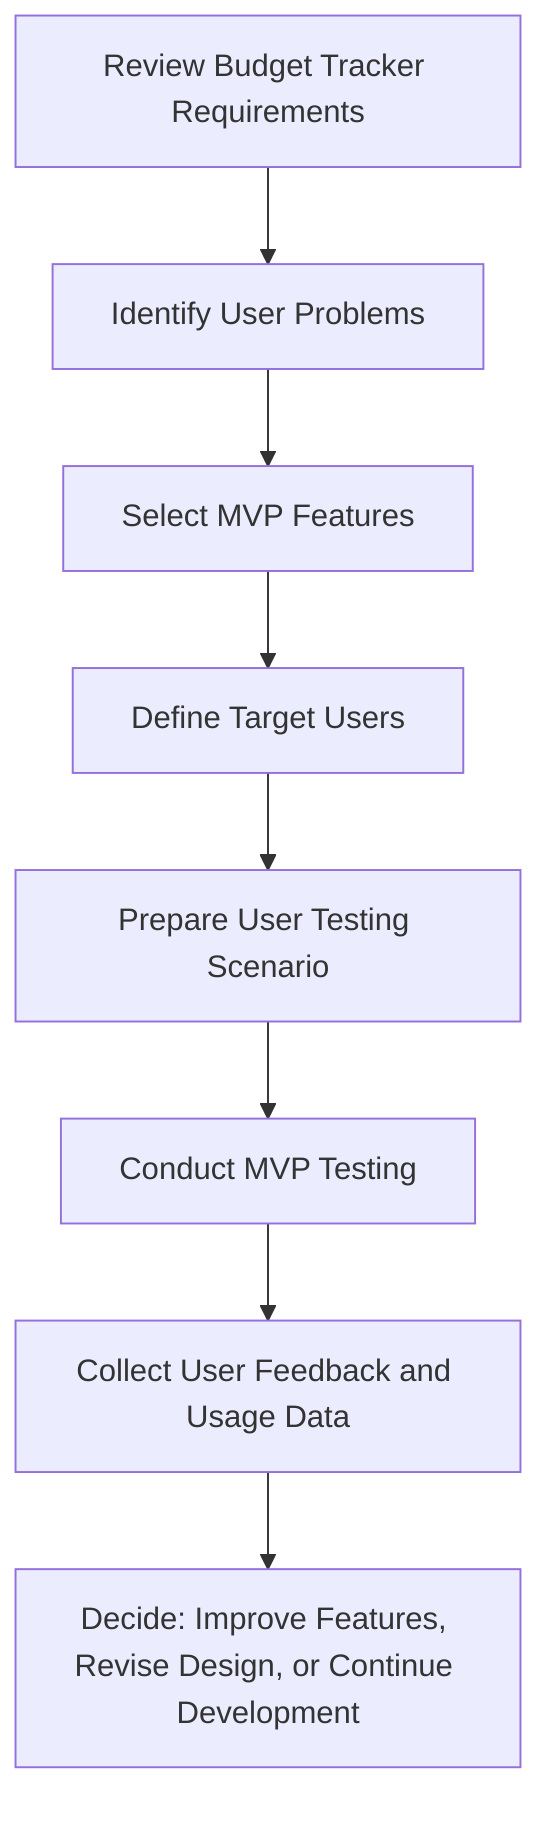
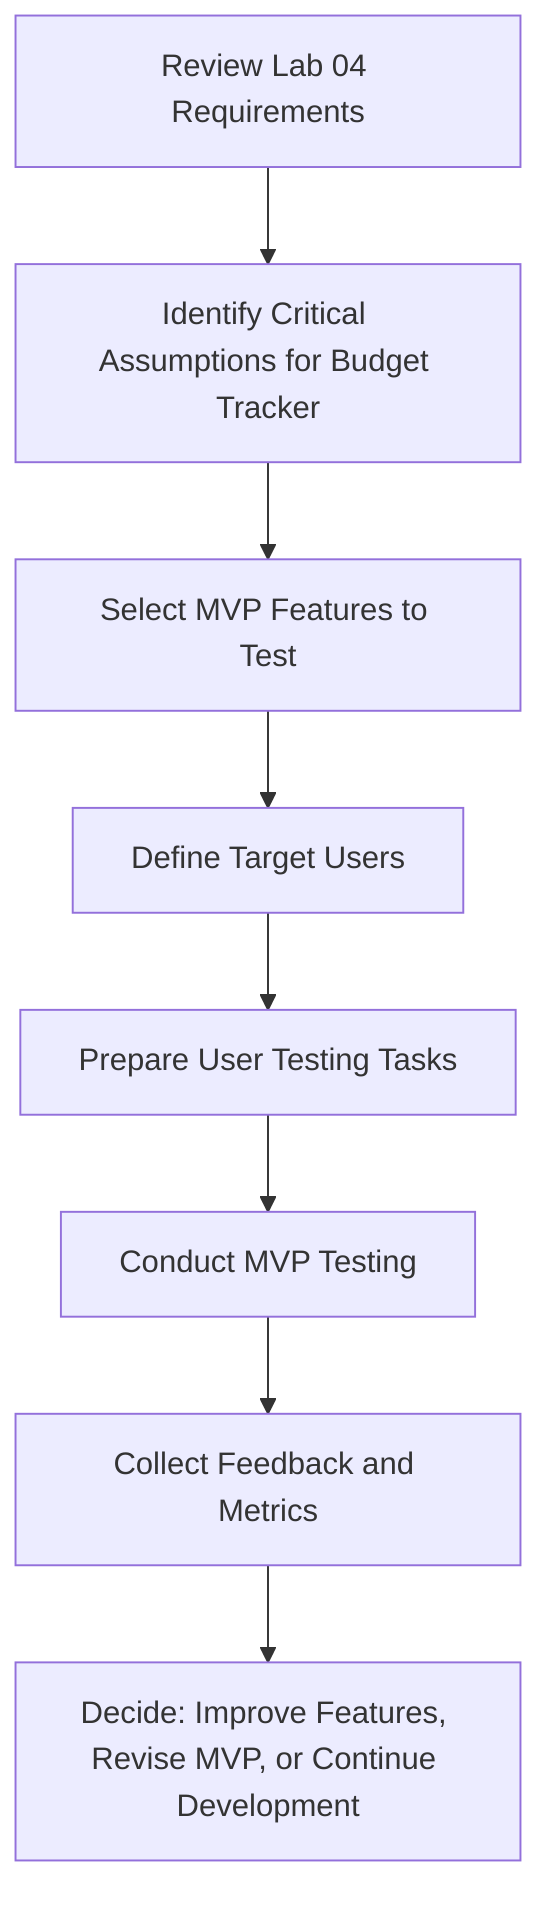
flowchart TD
-     A[Review Budget Tracker Requirements] --> B[Identify User Problems]
-     B --> C[Select MVP Features]
+ 
+     A[Review Lab 04 Requirements] --> B[Identify Critical Assumptions for Budget Tracker]
+     B --> C[Select MVP Features to Test]
    C --> D[Define Target Users]
-     D --> E[Prepare User Testing Scenario]
+     D --> E[Prepare User Testing Tasks]
    E --> F[Conduct MVP Testing]
-     F --> G[Collect User Feedback and Usage Data]
-     G --> H[Decide: Improve Features, Revise Design, or Continue Development]
+     F --> G[Collect Feedback and Metrics]
+     G --> H[Decide: Improve Features, Revise MVP, or Continue Development]
